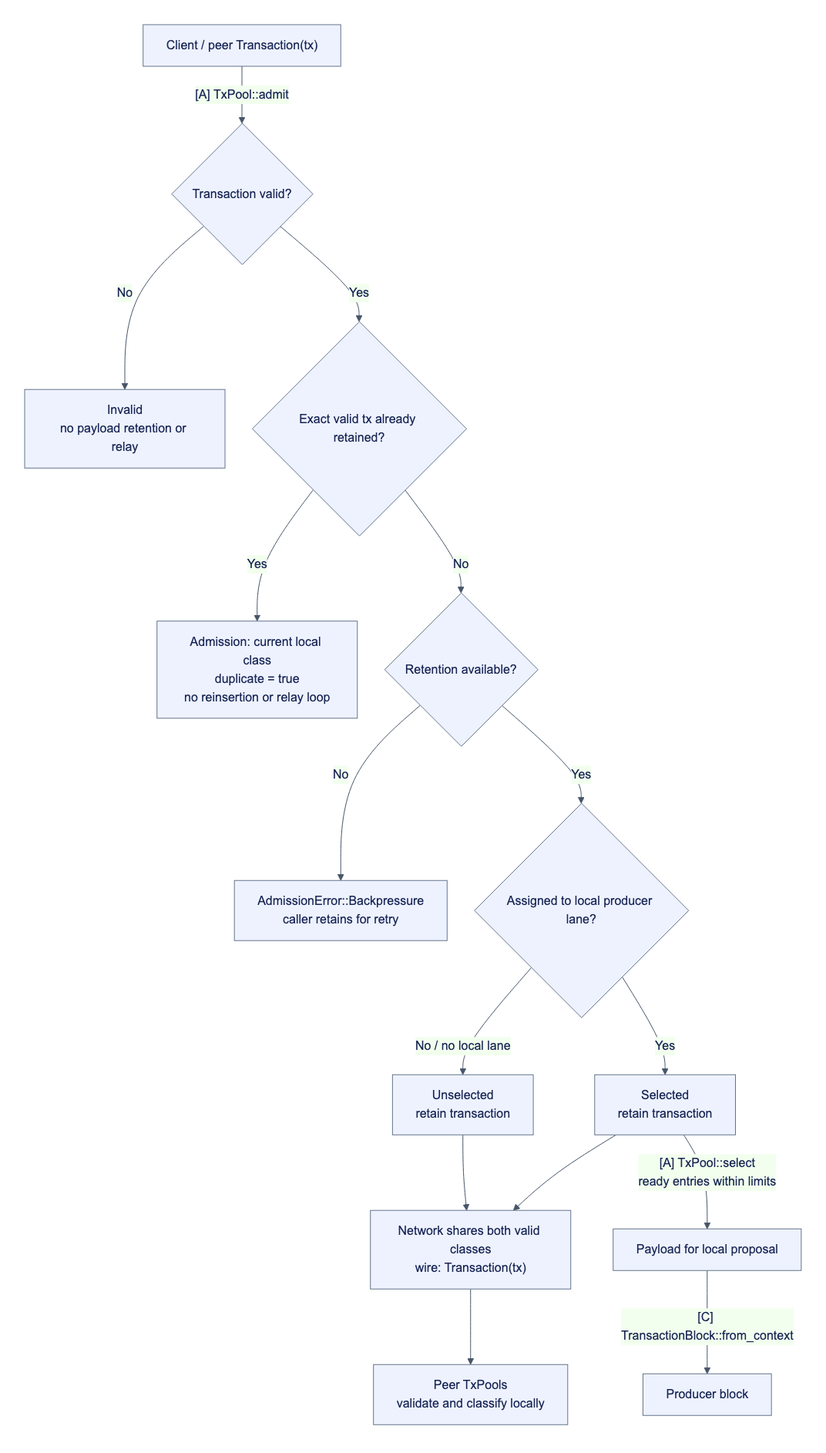
Above: docs/assets/diagrams/diagram-27.png in djm07073/baton (Mermaid), before the change. Its source is kept beside it as docs/assets/diagrams/diagram-27.mmd.
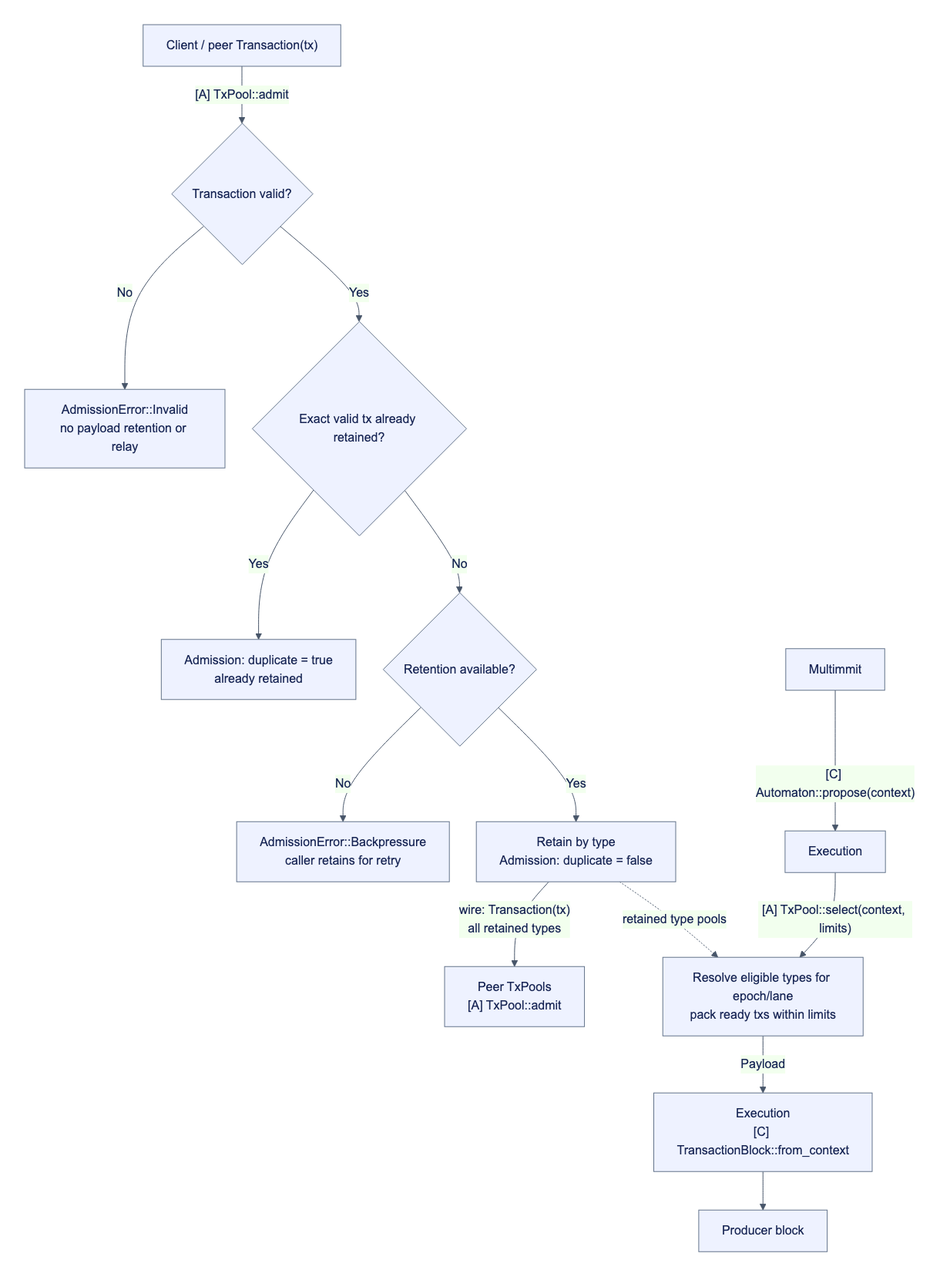
Above is the later version.

Change to the diagram source:
```diff
@@ -1,15 +1,14 @@
 flowchart TB
     I["Client / peer Transaction(tx)"] -->|"[A] TxPool::admit"| V{"Transaction valid?"}
-    V -->|"No"| X["Invalid<br/>no payload retention or relay"]
+    V -->|"No"| X["AdmissionError::Invalid<br/>no payload retention or relay"]
     V -->|"Yes"| D{"Exact valid tx already retained?"}
-    D -->|"Yes"| K["Admission: current local class<br/>duplicate = true<br/>no reinsertion or relay loop"]
+    D -->|"Yes"| K["Admission: duplicate = true<br/>already retained"]
     D -->|"No"| R{"Retention available?"}
     R -->|"No"| F["AdmissionError::Backpressure<br/>caller retains for retry"]
-    R -->|"Yes"| L{"Assigned to local producer lane?"}
-    L -->|"Yes"| S["Selected<br/>retain transaction"]
-    L -->|"No / no local lane"| U["Unselected<br/>retain transaction"]
-    S --> G["Network shares both valid classes<br/>wire: Transaction(tx)"]
-    U --> G
-    S -->|"[A] TxPool::select<br/>ready entries within limits"| B["Payload for local proposal"]
-    B -->|"[C] TransactionBlock::from_context"| P["Producer block"]
-    G --> Q["Peer TxPools<br/>validate and classify locally"]
+    R -->|"Yes"| T["Retain by type<br/>Admission: duplicate = false"]
+    T -->|"wire: Transaction(tx)<br/>all retained types"| Q["Peer TxPools<br/>[A] TxPool::admit"]
+    N["Multimmit"] -->|"[C] Automaton::propose(context)"| E["Execution"]
+    E -->|"[A] TxPool::select(context, limits)"| S["Resolve eligible types for epoch/lane<br/>pack ready txs within limits"]
+    T -.->|"retained type pools"| S
+    S -->|"Payload"| B["Execution<br/>[C] TransactionBlock::from_context"]
+    B --> P["Producer block"]
```
